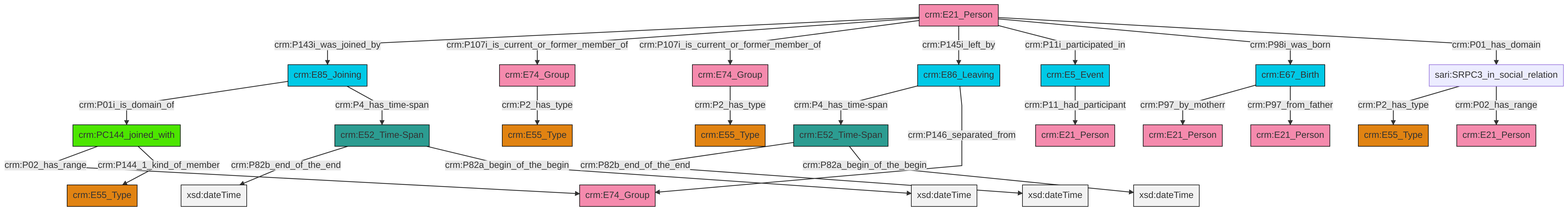
This is et/personCSV/ttl/mmd/png/Person_Actor_Relations.png from swiss-art-research-net/docs.swissartresearch, a Mermaid export, as it was before one commit. Its source is kept beside it as et/personCSV/ttl/mmd/Person_Actor_Relations.ttl.mmd.
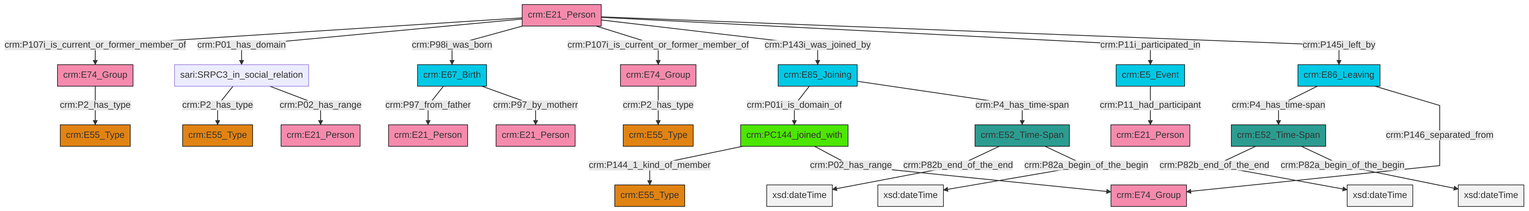
Above is the later version.

What changed in the source:
```diff
@@ -13,27 +13,27 @@
 classDef PC_Classes fill:#4ce600, stroke:#000000;
 classDef Multi fill:#cccccc,stroke:#000000;
 
-0["crm:E21_Person"]:::Actor -->|crm:P143i_was_joined_by| 1["crm:E85_Joining"]:::Temporal_Entity
-0["crm:E21_Person"]:::Actor -->|crm:P107i_is_current_or_former_member_of| 10["crm:E74_Group"]:::Actor
-15["sari:SRPC3_in_social_relation"]:::Default -->|crm:P2_has_type| 13["crm:E55_Type"]:::Type
-0["crm:E21_Person"]:::Actor -->|crm:P107i_is_current_or_former_member_of| 18["crm:E74_Group"]:::Actor
-11["crm:E86_Leaving"]:::Temporal_Entity -->|crm:P4_has_time-span| 19["crm:E52_Time-Span"]:::Time-Span
-20["crm:E67_Birth"]:::Temporal_Entity -->|crm:P97_by_motherr| 21["crm:E21_Person"]:::Actor
-22["crm:E52_Time-Span"]:::Time-Span -->|crm:P82b_end_of_the_end| 24[xsd:dateTime]:::Literal
-18["crm:E74_Group"]:::Actor -->|crm:P2_has_type| 4["crm:E55_Type"]:::Type
-19["crm:E52_Time-Span"]:::Time-Span -->|crm:P82b_end_of_the_end| 30[xsd:dateTime]:::Literal
-11["crm:E86_Leaving"]:::Temporal_Entity -->|crm:P146_separated_from| 27["crm:E74_Group"]:::Actor
-6["crm:E5_Event"]:::Temporal_Entity -->|crm:P11_had_participant| 31["crm:E21_Person"]:::Actor
-32["crm:PC144_joined_with"]:::PC_Classes -->|crm:P02_has_range| 27["crm:E74_Group"]:::Actor
-1["crm:E85_Joining"]:::Temporal_Entity -->|crm:P01i_is_domain_of| 32["crm:PC144_joined_with"]:::PC_Classes
-0["crm:E21_Person"]:::Actor -->|crm:P145i_left_by| 11["crm:E86_Leaving"]:::Temporal_Entity
-15["sari:SRPC3_in_social_relation"]:::Default -->|crm:P02_has_range| 2["crm:E21_Person"]:::Actor
-19["crm:E52_Time-Span"]:::Time-Span -->|crm:P82a_begin_of_the_begin| 41[xsd:dateTime]:::Literal
-20["crm:E67_Birth"]:::Temporal_Entity -->|crm:P97_from_father| 8["crm:E21_Person"]:::Actor
-1["crm:E85_Joining"]:::Temporal_Entity -->|crm:P4_has_time-span| 22["crm:E52_Time-Span"]:::Time-Span
-0["crm:E21_Person"]:::Actor -->|crm:P11i_participated_in| 6["crm:E5_Event"]:::Temporal_Entity
-0["crm:E21_Person"]:::Actor -->|crm:P98i_was_born| 20["crm:E67_Birth"]:::Temporal_Entity
-0["crm:E21_Person"]:::Actor -->|crm:P01_has_domain| 15["sari:SRPC3_in_social_relation"]:::Default
-22["crm:E52_Time-Span"]:::Time-Span -->|crm:P82a_begin_of_the_begin| 43[xsd:dateTime]:::Literal
-32["crm:PC144_joined_with"]:::PC_Classes -->|crm:P144_1_kind_of_member| 16["crm:E55_Type"]:::Type
-10["crm:E74_Group"]:::Actor -->|crm:P2_has_type| 37["crm:E55_Type"]:::Type
+0["crm:E67_Birth"]:::Temporal_Entity -->|crm:P97_from_father| 1["crm:E21_Person"]:::Actor
+8["crm:E52_Time-Span"]:::Time-Span -->|crm:P82b_end_of_the_end| 12[xsd:dateTime]:::Literal
+4["crm:E52_Time-Span"]:::Time-Span -->|crm:P82b_end_of_the_end| 13[xsd:dateTime]:::Literal
+0["crm:E67_Birth"]:::Temporal_Entity -->|crm:P97_by_motherr| 2["crm:E21_Person"]:::Actor
+16["crm:E21_Person"]:::Actor -->|crm:P107i_is_current_or_former_member_of| 17["crm:E74_Group"]:::Actor
+18["crm:E85_Joining"]:::Temporal_Entity -->|crm:P01i_is_domain_of| 19["crm:PC144_joined_with"]:::PC_Classes
+20["sari:SRPC3_in_social_relation"]:::Default -->|crm:P2_has_type| 21["crm:E55_Type"]:::Type
+8["crm:E52_Time-Span"]:::Time-Span -->|crm:P82a_begin_of_the_begin| 22[xsd:dateTime]:::Literal
+20["sari:SRPC3_in_social_relation"]:::Default -->|crm:P02_has_range| 14["crm:E21_Person"]:::Actor
+29["crm:E5_Event"]:::Temporal_Entity -->|crm:P11_had_participant| 27["crm:E21_Person"]:::Actor
+19["crm:PC144_joined_with"]:::PC_Classes -->|crm:P144_1_kind_of_member| 10["crm:E55_Type"]:::Type
+19["crm:PC144_joined_with"]:::PC_Classes -->|crm:P02_has_range| 6["crm:E74_Group"]:::Actor
+16["crm:E21_Person"]:::Actor -->|crm:P01_has_domain| 20["sari:SRPC3_in_social_relation"]:::Default
+16["crm:E21_Person"]:::Actor -->|crm:P98i_was_born| 0["crm:E67_Birth"]:::Temporal_Entity
+33["crm:E86_Leaving"]:::Temporal_Entity -->|crm:P4_has_time-span| 4["crm:E52_Time-Span"]:::Time-Span
+16["crm:E21_Person"]:::Actor -->|crm:P107i_is_current_or_former_member_of| 34["crm:E74_Group"]:::Actor
+4["crm:E52_Time-Span"]:::Time-Span -->|crm:P82a_begin_of_the_begin| 37[xsd:dateTime]:::Literal
+34["crm:E74_Group"]:::Actor -->|crm:P2_has_type| 38["crm:E55_Type"]:::Type
+16["crm:E21_Person"]:::Actor -->|crm:P143i_was_joined_by| 18["crm:E85_Joining"]:::Temporal_Entity
+17["crm:E74_Group"]:::Actor -->|crm:P2_has_type| 23["crm:E55_Type"]:::Type
+18["crm:E85_Joining"]:::Temporal_Entity -->|crm:P4_has_time-span| 8["crm:E52_Time-Span"]:::Time-Span
+16["crm:E21_Person"]:::Actor -->|crm:P11i_participated_in| 29["crm:E5_Event"]:::Temporal_Entity
+33["crm:E86_Leaving"]:::Temporal_Entity -->|crm:P146_separated_from| 6["crm:E74_Group"]:::Actor
+16["crm:E21_Person"]:::Actor -->|crm:P145i_left_by| 33["crm:E86_Leaving"]:::Temporal_Entity
```
